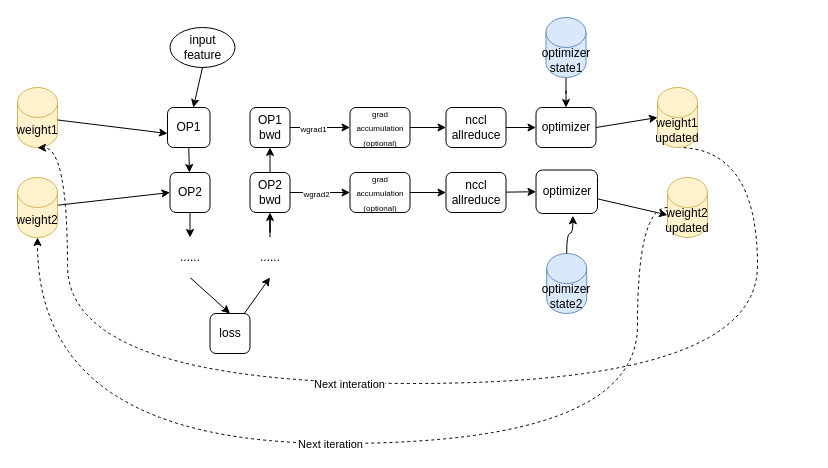
Above: ddp.drawio in thereAreDemonsNearby/DynamoRIOAndDrCCTProfNotes (draw.io), before the change. Source tidied: cells renumbered, new cells numbered last; positions are measured from the earlier drawing's top-left corner, leaving out a move shared by most shapes. Both pictures are drawn from the tidied source at 100%, with x=0, y=0 at pixel (17, 17).
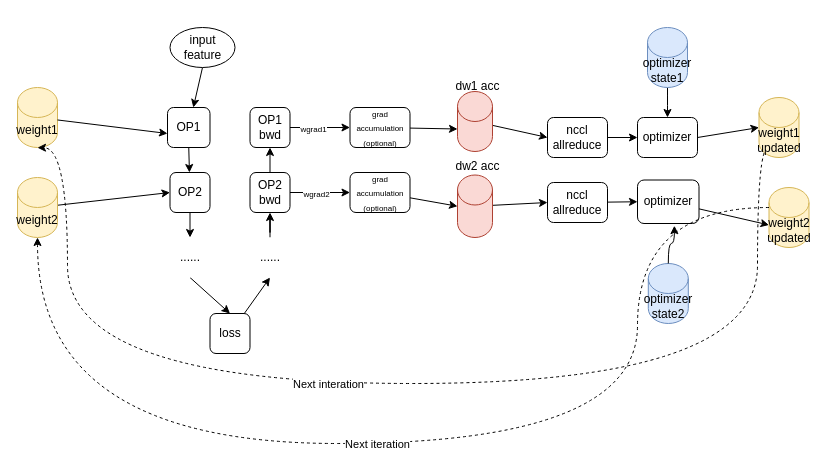
Above is the later version.

The change refers to these unchanged cells:
```xml
<mxCell id="23" value="&lt;div&gt;&lt;font style=&quot;font-size: 8px;&quot;&gt;grad accumulation&lt;br&gt;&lt;/font&gt;&lt;/div&gt;&lt;div&gt;&lt;font style=&quot;font-size: 8px;&quot;&gt;(optional)&lt;/font&gt;&lt;/div&gt;" style="rounded=1;whiteSpace=wrap;html=1;" parent="1" vertex="1">
  <mxGeometry x="332.5" y="90" width="60" height="40" as="geometry" />
</mxCell>
<mxCell id="25" value="&lt;div&gt;&lt;font style=&quot;font-size: 8px;&quot;&gt;grad accumulation&lt;br&gt;&lt;/font&gt;&lt;/div&gt;&lt;div&gt;&lt;font style=&quot;font-size: 8px;&quot;&gt;(optional)&lt;/font&gt;&lt;/div&gt;" style="rounded=1;whiteSpace=wrap;html=1;" parent="1" vertex="1">
  <mxGeometry x="332.5" y="155" width="60" height="40" as="geometry" />
</mxCell>
```

Diff of the diagram source:
```diff
@@
-    <mxCell id="22" style="edgeStyle=none;rounded=0;jettySize=auto;html=1;entryX=0;entryY=0.5;entryDx=0;entryDy=0;" parent="1" edge="1" source="23" target="27">
-      <mxGeometry relative="1" as="geometry" />
-    </mxCell>
@@
-    <mxCell id="24" style="edgeStyle=none;rounded=0;jettySize=auto;html=1;entryX=0;entryY=0.5;entryDx=0;entryDy=0;" parent="1" edge="1" source="25" target="29">
-      <mxGeometry relative="1" as="geometry" />
-    </mxCell>
@@
     <mxCell id="27" value="nccl allreduce" style="rounded=1;whiteSpace=wrap;html=1;" parent="1" vertex="1">
-      <mxGeometry x="428.5" y="90" width="60" height="40" as="geometry" />
+      <mxGeometry x="530" y="100" width="60" height="40" as="geometry" />
     </mxCell>
@@
     <mxCell id="29" value="nccl allreduce" style="rounded=1;whiteSpace=wrap;html=1;" parent="1" vertex="1">
-      <mxGeometry x="428.5" y="155" width="60" height="40" as="geometry" />
+      <mxGeometry x="530" y="165" width="60" height="40" as="geometry" />
     </mxCell>
     <mxCell id="30" value="optimizer" style="rounded=1;whiteSpace=wrap;html=1;" parent="1" vertex="1">
-      <mxGeometry x="518.5" y="90" width="60" height="40" as="geometry" />
+      <mxGeometry x="620" y="100" width="60" height="40" as="geometry" />
     </mxCell>
     <mxCell id="31" value="optimizer" style="rounded=1;whiteSpace=wrap;html=1;" parent="1" vertex="1">
-      <mxGeometry x="518.5" y="152.5" width="61.5" height="43.5" as="geometry" />
+      <mxGeometry x="620" y="162.5" width="61.5" height="43.5" as="geometry" />
     </mxCell>
@@
     <mxCell id="38" value="&lt;div&gt;weight1&lt;/div&gt;&lt;div&gt;updated&lt;/div&gt;" style="shape=cylinder3;whiteSpace=wrap;html=1;boundedLbl=1;backgroundOutline=1;size=15;fillColor=#fff2cc;strokeColor=#d6b656;" parent="1" vertex="1">
-      <mxGeometry x="640" y="70" width="40" height="60" as="geometry" />
+      <mxGeometry x="741.5" y="80" width="40" height="60" as="geometry" />
     </mxCell>
@@
     <mxCell id="40" value="&lt;div&gt;weight2&lt;/div&gt;&lt;div&gt;updated&lt;/div&gt;" style="shape=cylinder3;whiteSpace=wrap;html=1;boundedLbl=1;backgroundOutline=1;size=15;fillColor=#fff2cc;strokeColor=#d6b656;" parent="1" vertex="1">
-      <mxGeometry x="650" y="160" width="40" height="60" as="geometry" />
+      <mxGeometry x="751.5" y="170" width="40" height="60" as="geometry" />
     </mxCell>
@@
     <mxCell id="45" value="optimizer state1" style="shape=cylinder3;whiteSpace=wrap;html=1;boundedLbl=1;backgroundOutline=1;size=15;fillColor=#dae8fc;strokeColor=#6c8ebf;" parent="1" vertex="1">
-      <mxGeometry x="528.5" width="40" height="60" as="geometry" />
+      <mxGeometry x="630" y="10" width="40" height="60" as="geometry" />
     </mxCell>
     <mxCell id="46" value="optimizer state2" style="shape=cylinder3;whiteSpace=wrap;html=1;boundedLbl=1;backgroundOutline=1;size=15;fillColor=#dae8fc;strokeColor=#6c8ebf;" parent="1" vertex="1">
-      <mxGeometry x="529.2" y="236" width="40" height="60" as="geometry" />
+      <mxGeometry x="630.8" y="246" width="40" height="60" as="geometry" />
     </mxCell>
@@
+    <mxCell id="48" style="edgeStyle=none;rounded=0;jettySize=auto;html=1;entryX=0;entryY=0.5;entryDx=0;entryDy=0;" parent="1" edge="1" source="49" target="27">
+      <mxGeometry relative="1" as="geometry" />
+    </mxCell>
+    <mxCell id="49" style="shape=cylinder3;whiteSpace=wrap;html=1;boundedLbl=1;backgroundOutline=1;size=15;fillColor=#fad9d5;strokeColor=#ae4132;" parent="1" vertex="1">
+      <mxGeometry x="440" y="74" width="35" height="60" as="geometry" />
+    </mxCell>
+    <mxCell id="50" value="dw1 acc" style="text;html=1;align=center;verticalAlign=middle;strokeColor=none;fillColor=none;" parent="1" vertex="1">
+      <mxGeometry x="425" y="54" width="70" height="30" as="geometry" />
+    </mxCell>
+    <mxCell id="51" style="edgeStyle=none;rounded=0;jettySize=auto;html=1;entryX=0;entryY=0.5;entryDx=0;entryDy=0;" parent="1" edge="1" source="52" target="29">
+      <mxGeometry relative="1" as="geometry" />
+    </mxCell>
+    <mxCell id="52" style="shape=cylinder3;whiteSpace=wrap;html=1;boundedLbl=1;backgroundOutline=1;size=15;fillColor=#fad9d5;strokeColor=#ae4132;" parent="1" vertex="1">
+      <mxGeometry x="440" y="157.5" width="35" height="62.5" as="geometry" />
+    </mxCell>
+    <mxCell id="53" value="dw2 acc" style="text;html=1;align=center;verticalAlign=middle;strokeColor=none;fillColor=none;" parent="1" vertex="1">
+      <mxGeometry x="425" y="134" width="70" height="30" as="geometry" />
+    </mxCell>
+    <mxCell id="54" style="rounded=0;jettySize=auto;html=1;entryX=0;entryY=0;entryDx=0;entryDy=37.5;entryPerimeter=0;" parent="1" edge="1" source="23" target="49">
+      <mxGeometry relative="1" as="geometry" />
+    </mxCell>
+    <mxCell id="55" style="edgeStyle=none;rounded=0;jettySize=auto;html=1;entryX=0;entryY=0.5;entryDx=0;entryDy=0;entryPerimeter=0;" parent="1" edge="1" source="25" target="52">
+      <mxGeometry relative="1" as="geometry" />
+    </mxCell>
```
